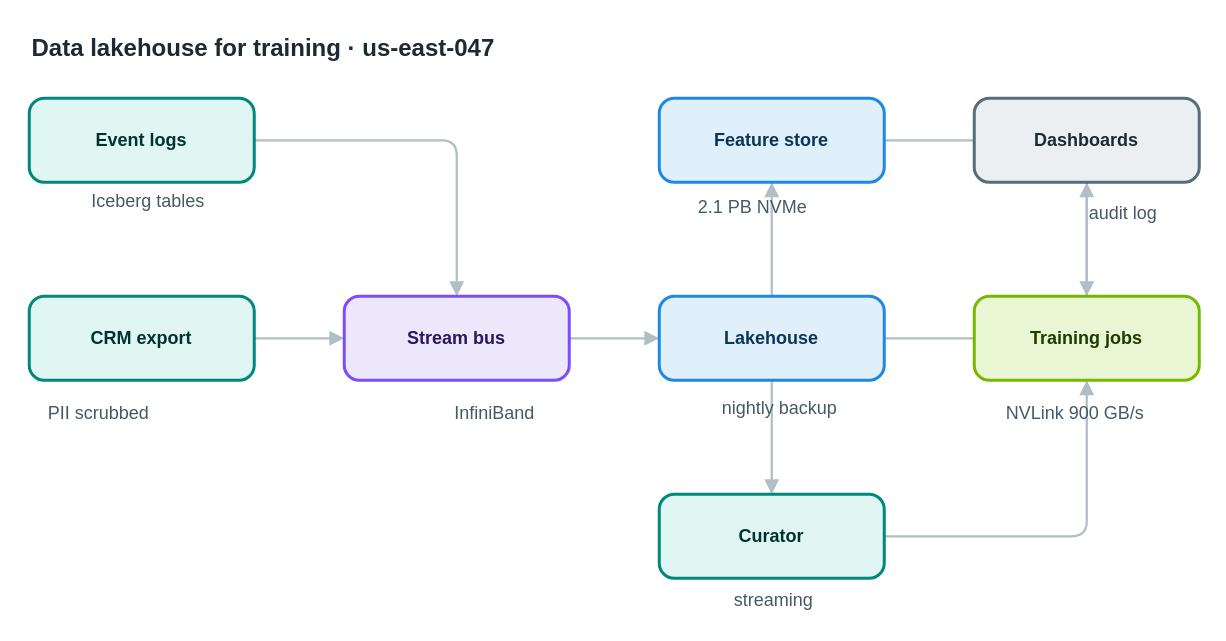
AryanG01/open-apprentice keeps this draw.io diagram as apps/web/public/samples/library/047-data-lakehouse-for-training.drawio. Above is the earlier version. Source tidied: cells renumbered, new cells numbered last; positions are measured from the earlier drawing's top-left corner, leaving out a move shared by most shapes. Both pictures are drawn from the tidied source at 150%, with x=0, y=0 at pixel (26, 26).
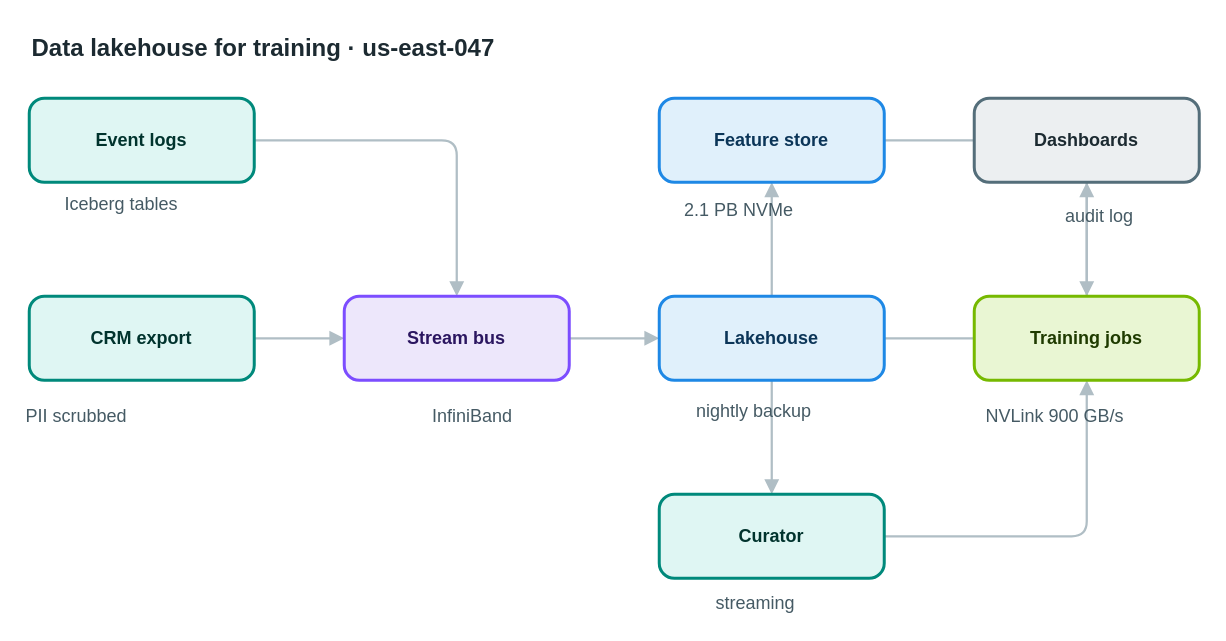
The same diagram, later.

The edit, as a diff of the source:
```diff
@@
-    <mxCell id="19" value="Iceberg tables" style="text;html=1;align=center;verticalAlign=middle;whiteSpace=nowrap;strokeColor=none;fillColor=none;fontSize=12;fontColor=#455a64;" parent="1" vertex="1">
+    <mxCell id="19" value="Iceberg tables" style="text;html=1;align=left;verticalAlign=top;whiteSpace=nowrap;spacing=0;spacingTop=0;strokeColor=none;fillColor=none;fontSize=12;fontColor=#455a64;" parent="1" vertex="1">
       <mxGeometry x="26" y="107" width="110" height="20" as="geometry" />
     </mxCell>
-    <mxCell id="20" value="PII scrubbed" style="text;html=1;align=center;verticalAlign=middle;whiteSpace=nowrap;strokeColor=none;fillColor=none;fontSize=12;fontColor=#455a64;" parent="1" vertex="1">
+    <mxCell id="20" value="PII scrubbed" style="text;html=1;align=left;verticalAlign=top;whiteSpace=nowrap;spacing=0;spacingTop=0;strokeColor=none;fillColor=none;fontSize=12;fontColor=#455a64;" parent="1" vertex="1">
       <mxGeometry y="248" width="96" height="20" as="geometry" />
     </mxCell>
-    <mxCell id="21" value="InfiniBand" style="text;html=1;align=center;verticalAlign=middle;whiteSpace=nowrap;strokeColor=none;fillColor=none;fontSize=12;fontColor=#455a64;" parent="1" vertex="1">
+    <mxCell id="21" value="InfiniBand" style="text;html=1;align=left;verticalAlign=top;whiteSpace=nowrap;spacing=0;spacingTop=0;strokeColor=none;fillColor=none;fontSize=12;fontColor=#455a64;" parent="1" vertex="1">
       <mxGeometry x="271" y="248" width="82" height="20" as="geometry" />
     </mxCell>
-    <mxCell id="22" value="nightly backup" style="text;html=1;align=center;verticalAlign=middle;whiteSpace=nowrap;strokeColor=none;fillColor=none;fontSize=12;fontColor=#455a64;" parent="1" vertex="1">
+    <mxCell id="22" value="nightly backup" style="text;html=1;align=left;verticalAlign=top;whiteSpace=nowrap;spacing=0;spacingTop=0;strokeColor=none;fillColor=none;fontSize=12;fontColor=#455a64;" parent="1" vertex="1">
       <mxGeometry x="447" y="245" width="110" height="20" as="geometry" />
     </mxCell>
-    <mxCell id="23" value="2.1 PB NVMe" style="text;html=1;align=center;verticalAlign=middle;whiteSpace=nowrap;strokeColor=none;fillColor=none;fontSize=12;fontColor=#455a64;" parent="1" vertex="1">
+    <mxCell id="23" value="2.1 PB NVMe" style="text;html=1;align=left;verticalAlign=top;whiteSpace=nowrap;spacing=0;spacingTop=0;strokeColor=none;fillColor=none;fontSize=12;fontColor=#455a64;" parent="1" vertex="1">
       <mxGeometry x="439" y="111" width="89" height="20" as="geometry" />
     </mxCell>
-    <mxCell id="24" value="streaming" style="text;html=1;align=center;verticalAlign=middle;whiteSpace=nowrap;strokeColor=none;fillColor=none;fontSize=12;fontColor=#455a64;" parent="1" vertex="1">
+    <mxCell id="24" value="streaming" style="text;html=1;align=left;verticalAlign=top;whiteSpace=nowrap;spacing=0;spacingTop=0;strokeColor=none;fillColor=none;fontSize=12;fontColor=#455a64;" parent="1" vertex="1">
       <mxGeometry x="460" y="373" width="75" height="20" as="geometry" />
     </mxCell>
-    <mxCell id="25" value="NVLink 900 GB/s" style="text;html=1;align=center;verticalAlign=middle;whiteSpace=nowrap;strokeColor=none;fillColor=none;fontSize=12;fontColor=#455a64;" parent="1" vertex="1">
+    <mxCell id="25" value="NVLink 900 GB/s" style="text;html=1;align=left;verticalAlign=top;whiteSpace=nowrap;spacing=0;spacingTop=0;strokeColor=none;fillColor=none;fontSize=12;fontColor=#455a64;" parent="1" vertex="1">
       <mxGeometry x="640" y="248" width="117" height="20" as="geometry" />
     </mxCell>
-    <mxCell id="26" value="audit log" style="text;html=1;align=center;verticalAlign=middle;whiteSpace=nowrap;strokeColor=none;fillColor=none;fontSize=12;fontColor=#455a64;" parent="1" vertex="1">
+    <mxCell id="26" value="audit log" style="text;html=1;align=left;verticalAlign=top;whiteSpace=nowrap;spacing=0;spacingTop=0;strokeColor=none;fillColor=none;fontSize=12;fontColor=#455a64;" parent="1" vertex="1">
       <mxGeometry x="693" y="115" width="75" height="20" as="geometry" />
     </mxCell>
```
